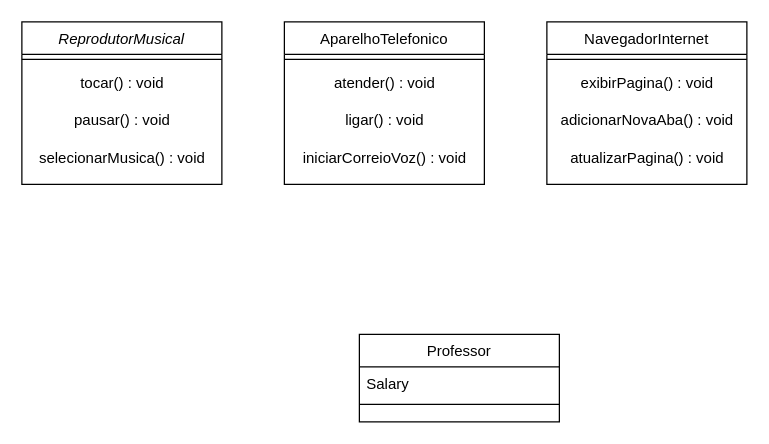
Andre-Proenca/dio-trilha-java-basico keeps this draw.io diagram as Diagrama sem nome.drawio. Above is the earlier version. Source tidied: cells renumbered, new cells numbered last; positions are measured from the earlier drawing's top-left corner, leaving out a move shared by most shapes. Both pictures are drawn from the tidied source at 125%, with x=0, y=0 at pixel (21, 21).
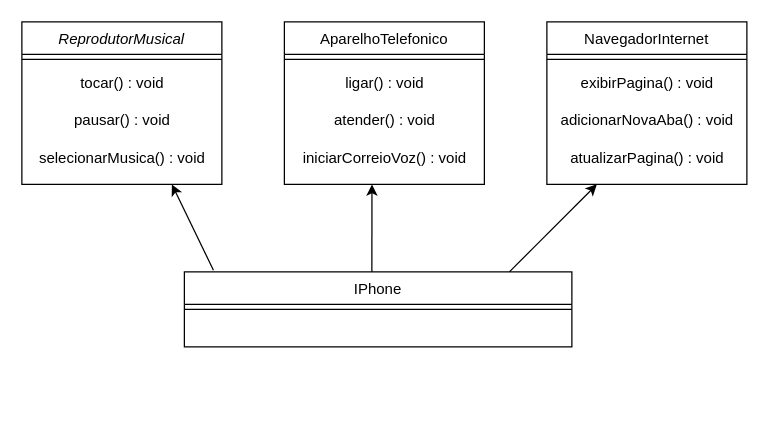
The same diagram, later.

The change refers to these unchanged cells:
```xml
<mxCell id="2" value="ReprodutorMusical" style="swimlane;fontStyle=2;align=center;verticalAlign=top;horizontal=1;startSize=26;rounded=0;shadow=0;strokeWidth=1;" parent="1" vertex="1">
  <mxGeometry width="160" height="130" as="geometry" />
</mxCell>
<mxCell id="7" value="NavegadorInternet" style="swimlane;fontStyle=0;align=center;verticalAlign=top;horizontal=1;startSize=26;rounded=0;shadow=0;strokeWidth=1;" parent="1" vertex="1">
  <mxGeometry x="420" width="160" height="130" as="geometry" />
</mxCell>
<mxCell id="15" value="AparelhoTelefonico" style="swimlane;fontStyle=0;align=center;verticalAlign=top;horizontal=1;startSize=26;rounded=0;shadow=0;strokeWidth=1;" parent="1" vertex="1">
  <mxGeometry x="210" width="160" height="130" as="geometry" />
</mxCell>
<mxCell id="19" value="iniciarCorreioVoz() : void" style="text;html=1;align=center;verticalAlign=middle;points=[];strokeColor=none;fillColor=none;" parent="15" vertex="1">
  <mxGeometry y="94" width="160" height="30" as="geometry" />
</mxCell>
```

The edit, as a diff of the source:
```diff
@@
-    <mxCell id="12" value="Professor" style="swimlane;fontStyle=0;align=center;verticalAlign=top;horizontal=1;startSize=26;rounded=0;shadow=0;strokeWidth=1;" parent="1" vertex="1">
-      <mxGeometry x="270" y="250" width="160" height="70" as="geometry" />
+    <mxCell id="12" value="IPhone" style="swimlane;fontStyle=0;align=center;verticalAlign=top;horizontal=1;startSize=26;rounded=0;shadow=0;strokeWidth=1;" parent="1" vertex="1">
+      <mxGeometry x="130" y="200" width="310" height="60" as="geometry" />
     </mxCell>
-    <mxCell id="13" value="Salary" style="text;align=left;verticalAlign=top;spacingLeft=4;spacingRight=4;overflow=hidden;" parent="12" vertex="1">
-      <mxGeometry y="26" width="160" height="26" as="geometry" />
-    </mxCell>
     <mxCell id="14" style="line;html=1;strokeWidth=1;align=left;verticalAlign=middle;spacingTop=-1;spacingLeft=3;spacingRight=3;labelPosition=right;" parent="12" vertex="1">
-      <mxGeometry y="52" width="160" height="8" as="geometry" />
+      <mxGeometry y="26" width="310" height="8" as="geometry" />
     </mxCell>
@@
+    <mxCell id="18" value="ligar() : void" style="text;html=1;align=center;verticalAlign=middle;strokeColor=none;fillColor=none;" parent="15" vertex="1">
+      <mxGeometry y="34" width="160" height="30" as="geometry" />
+    </mxCell>
     <mxCell id="17" value="atender() : void" style="text;html=1;align=center;verticalAlign=middle;strokeColor=none;fillColor=none;" parent="15" vertex="1">
-      <mxGeometry y="34" width="160" height="30" as="geometry" />
+      <mxGeometry y="64" width="160" height="30" as="geometry" />
     </mxCell>
-    <mxCell id="18" value="ligar() : void" style="text;html=1;align=center;verticalAlign=middle;strokeColor=none;fillColor=none;" parent="15" vertex="1">
-      <mxGeometry y="64" width="160" height="30" as="geometry" />
-    </mxCell>
@@
+    <mxCell id="20" style="endArrow=classic;html=1;rounded=0;entryX=0.438;entryY=1.2;entryDx=0;entryDy=0;entryPerimeter=0;" parent="1" edge="1" target="19">
+      <mxGeometry relative="1" as="geometry">
+        <mxPoint x="280" y="200" as="sourcePoint" />
+      </mxGeometry>
+    </mxCell>
+    <mxCell id="21" style="endArrow=classic;html=1;rounded=0;entryX=0.75;entryY=1;entryDx=0;entryDy=0;exitX=0.075;exitY=-0.022;exitDx=0;exitDy=0;exitPerimeter=0;" parent="1" edge="1" source="12" target="2">
+      <mxGeometry relative="1" as="geometry" />
+    </mxCell>
+    <mxCell id="22" style="endArrow=classic;html=1;rounded=0;entryX=0.25;entryY=1;entryDx=0;entryDy=0;" parent="1" edge="1" target="7">
+      <mxGeometry relative="1" as="geometry">
+        <mxPoint x="390" y="200" as="sourcePoint" />
+        <Array as="points">
+          <mxPoint x="410" y="180" />
+        </Array>
+      </mxGeometry>
+    </mxCell>
```
